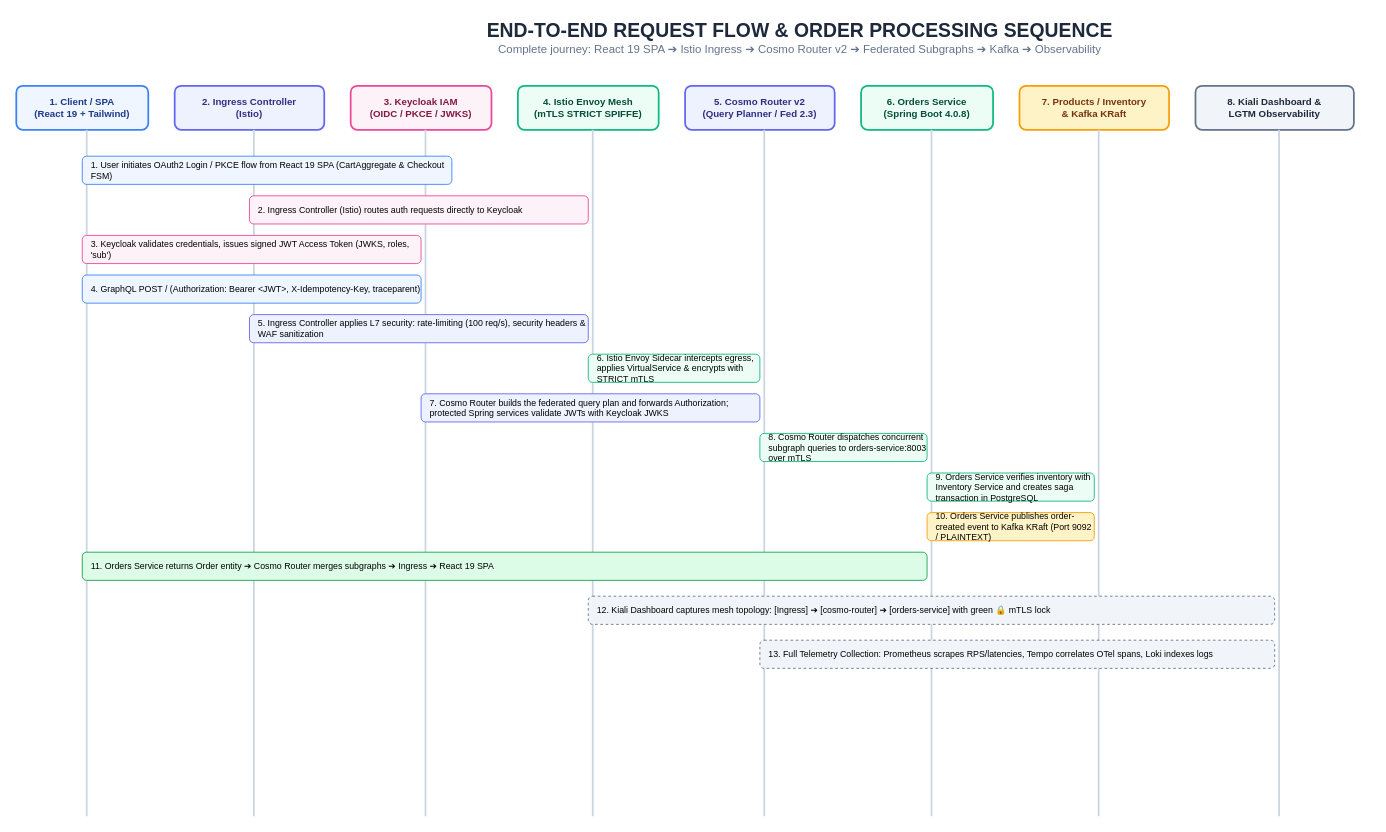
This is page "7. End-to-End Request Flow & Order Processing Sequence" (7 of 16) of docs/Diagrams.drawio from GeorgeGxx/microservices-architecture, a draw.io file, before an edit. Source tidied: cells renumbered, new cells numbered last; positions are measured from the earlier drawing's top-left corner, leaving out a move shared by most shapes. Both pictures are drawn from the tidied source at 88%, with x=0, y=0 at pixel (16, 15).
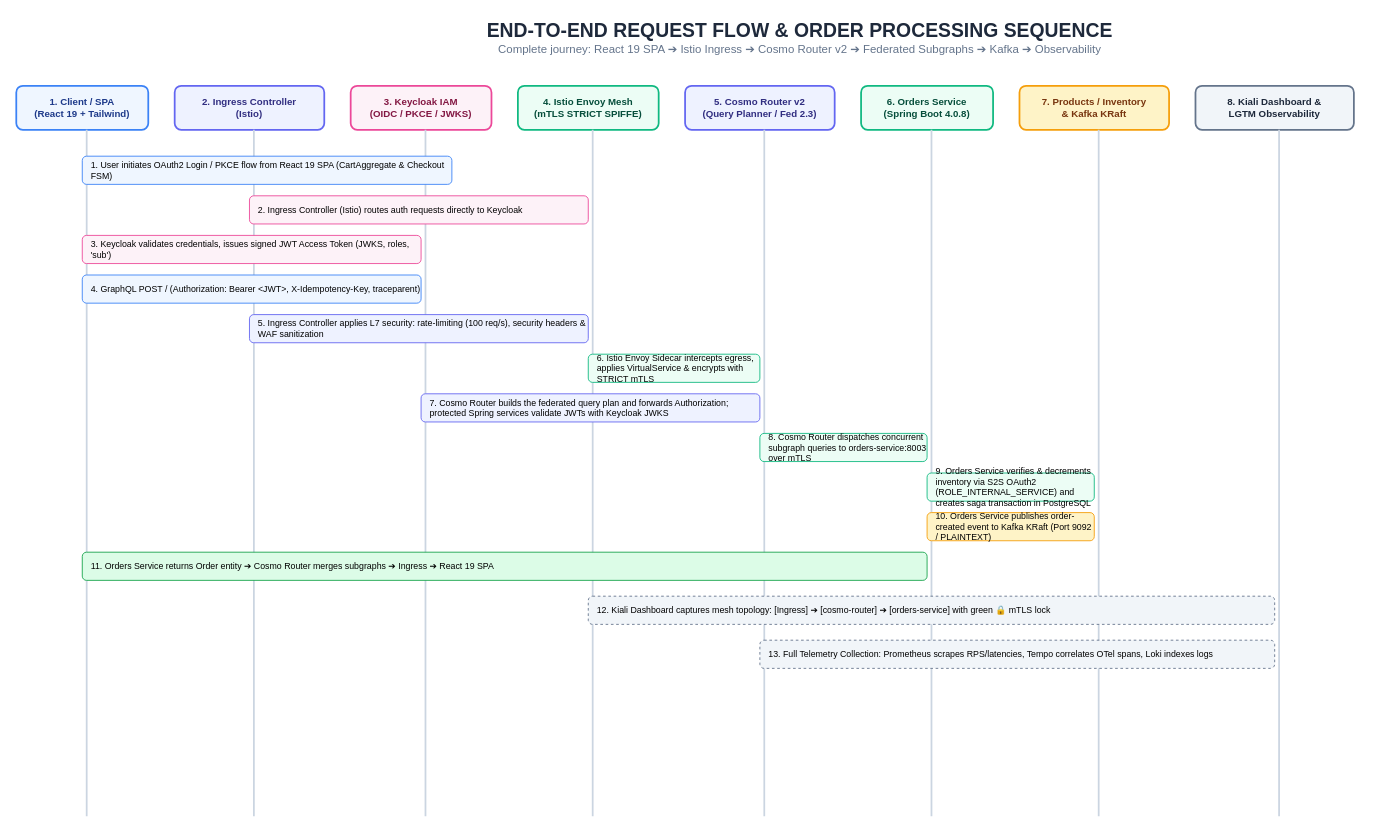
Above is the later version.

Diff of the diagram source:
```diff
@@
-    <mxCell id="27" value="9. Orders Service verifies inventory with Inventory Service and creates saga transaction in PostgreSQL" style="rounded=1;whiteSpace=wrap;html=1;fillColor=#ECFDF5;strokeColor=#10B981;fontSize=10;align=left;spacingLeft=8;" parent="1" vertex="1">
+    <mxCell id="27" value="9. Orders Service verifies &amp;amp; decrements inventory via S2S OAuth2 (ROLE_INTERNAL_SERVICE) and creates saga transaction in PostgreSQL" style="rounded=1;whiteSpace=wrap;html=1;fillColor=#ECFDF5;strokeColor=#10B981;fontSize=10;align=left;spacingLeft=8;" parent="1" vertex="1">
       <mxGeometry x="1035" y="520" width="190" height="32" as="geometry" />
     </mxCell>
```
